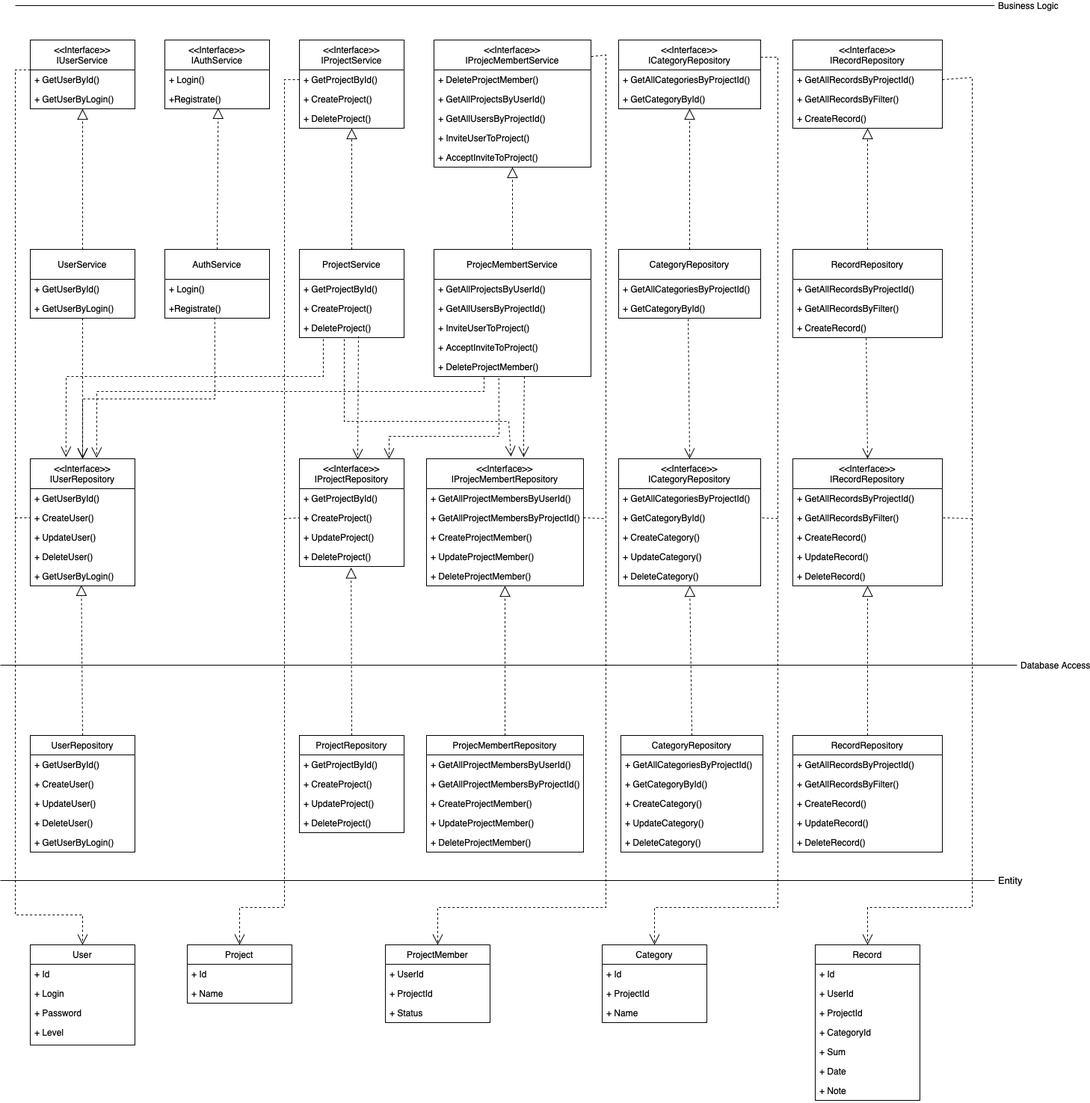
This is img/uml_diag.drawio.png from anorien03/bmstu-iu7-ppo, a draw.io export, as it was before one commit. Source tidied: cells renumbered, new cells last; positions are measured from the earlier drawing's top-left corner, leaving out a move shared by most shapes.
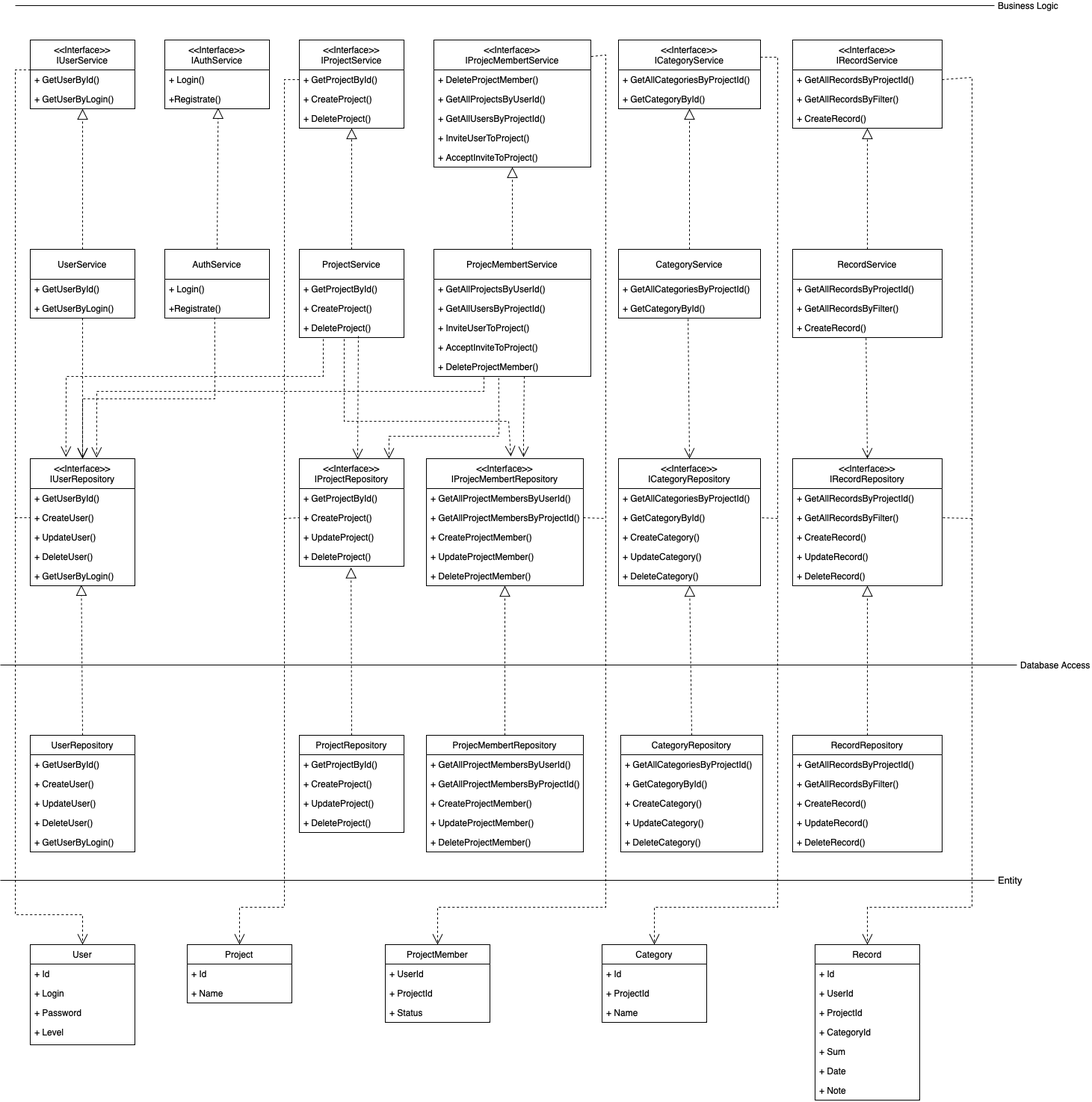
Above is the later version.

Commit message:
Исправление опечаток на диаграммах

Change to the diagram source:
```diff
@@ -287,7 +287,7 @@
     <mxCell id="96" value="+ AcceptInviteToProject()" style="text;strokeColor=none;fillColor=none;align=left;verticalAlign=top;spacingLeft=4;spacingRight=4;overflow=hidden;points=[[0,0.5],[1,0.5]];portConstraint=eastwest;whiteSpace=wrap;html=1;" parent="91" vertex="1">
       <mxGeometry y="144" width="210" height="26" as="geometry" />
     </mxCell>
-    <mxCell id="97" value="&amp;lt;&amp;lt;Interface&amp;gt;&amp;gt;&lt;div&gt;ICategoryRepository&lt;/div&gt;" style="swimlane;fontStyle=0;horizontal=1;startSize=40;fillColor=none;whiteSpace=wrap;html=1;" parent="1" vertex="1">
+    <mxCell id="97" value="&amp;lt;&amp;lt;Interface&amp;gt;&amp;gt;&lt;div&gt;ICategoryService&lt;/div&gt;" style="swimlane;fontStyle=0;horizontal=1;startSize=40;fillColor=none;whiteSpace=wrap;html=1;" parent="1" vertex="1">
       <mxGeometry x="827" y="50" width="190" height="92" as="geometry" />
     </mxCell>
     <mxCell id="98" value="+ GetAllCategoriesByProjectId()&lt;div&gt;&lt;br&gt;&lt;/div&gt;" style="text;strokeColor=none;fillColor=none;align=left;verticalAlign=top;spacingLeft=4;spacingRight=4;overflow=hidden;whiteSpace=wrap;html=1;" parent="97" vertex="1">
@@ -296,7 +296,7 @@
     <mxCell id="99" value="+ GetCategoryById()" style="text;strokeColor=none;fillColor=none;align=left;verticalAlign=top;spacingLeft=4;spacingRight=4;overflow=hidden;points=[[0,0.5],[1,0.5]];portConstraint=eastwest;whiteSpace=wrap;html=1;" parent="97" vertex="1">
       <mxGeometry y="66" width="190" height="26" as="geometry" />
     </mxCell>
-    <mxCell id="100" value="&amp;lt;&amp;lt;Interface&amp;gt;&amp;gt;&lt;div&gt;IRecordRepository&lt;/div&gt;" style="swimlane;fontStyle=0;horizontal=1;startSize=40;fillColor=none;whiteSpace=wrap;html=1;" parent="1" vertex="1">
+    <mxCell id="100" value="&amp;lt;&amp;lt;Interface&amp;gt;&amp;gt;&lt;div&gt;IRecordService&lt;/div&gt;" style="swimlane;fontStyle=0;horizontal=1;startSize=40;fillColor=none;whiteSpace=wrap;html=1;" parent="1" vertex="1">
       <mxGeometry x="1060" y="50" width="200" height="118" as="geometry" />
     </mxCell>
     <mxCell id="101" value="+ GetAllRecordsByProjectId()&lt;div&gt;&lt;br&gt;&lt;/div&gt;" style="text;strokeColor=none;fillColor=none;align=left;verticalAlign=top;spacingLeft=4;spacingRight=4;overflow=hidden;points=[[0,0.5],[1,0.5]];portConstraint=eastwest;whiteSpace=wrap;html=1;" parent="100" vertex="1">
@@ -356,7 +356,7 @@
     <mxCell id="119" value="+ DeleteProjectMember()&lt;div&gt;&lt;br&gt;&lt;/div&gt;" style="text;strokeColor=none;fillColor=none;align=left;verticalAlign=top;spacingLeft=4;spacingRight=4;overflow=hidden;points=[[0,0.5],[1,0.5]];portConstraint=eastwest;whiteSpace=wrap;html=1;" parent="114" vertex="1">
       <mxGeometry y="144" width="210" height="26" as="geometry" />
     </mxCell>
-    <mxCell id="120" value="CategoryRepository" style="swimlane;fontStyle=0;horizontal=1;startSize=40;fillColor=none;whiteSpace=wrap;html=1;" parent="1" vertex="1">
+    <mxCell id="120" value="CategoryService" style="swimlane;fontStyle=0;horizontal=1;startSize=40;fillColor=none;whiteSpace=wrap;html=1;" parent="1" vertex="1">
       <mxGeometry x="827" y="330" width="190" height="92" as="geometry" />
     </mxCell>
     <mxCell id="121" value="+ GetAllCategoriesByProjectId()&lt;div&gt;&lt;br&gt;&lt;/div&gt;" style="text;strokeColor=none;fillColor=none;align=left;verticalAlign=top;spacingLeft=4;spacingRight=4;overflow=hidden;whiteSpace=wrap;html=1;" parent="120" vertex="1">
@@ -365,7 +365,7 @@
     <mxCell id="122" value="+ GetCategoryById()" style="text;strokeColor=none;fillColor=none;align=left;verticalAlign=top;spacingLeft=4;spacingRight=4;overflow=hidden;points=[[0,0.5],[1,0.5]];portConstraint=eastwest;whiteSpace=wrap;html=1;" parent="120" vertex="1">
       <mxGeometry y="66" width="190" height="26" as="geometry" />
     </mxCell>
-    <mxCell id="123" value="RecordRepository" style="swimlane;fontStyle=0;horizontal=1;startSize=40;fillColor=none;whiteSpace=wrap;html=1;" parent="1" vertex="1">
+    <mxCell id="123" value="RecordService" style="swimlane;fontStyle=0;horizontal=1;startSize=40;fillColor=none;whiteSpace=wrap;html=1;" parent="1" vertex="1">
       <mxGeometry x="1060" y="330" width="200" height="118" as="geometry" />
     </mxCell>
     <mxCell id="124" value="+ GetAllRecordsByProjectId()&lt;div&gt;&lt;br&gt;&lt;/div&gt;" style="text;strokeColor=none;fillColor=none;align=left;verticalAlign=top;spacingLeft=4;spacingRight=4;overflow=hidden;whiteSpace=wrap;html=1;" parent="123" vertex="1">
```
